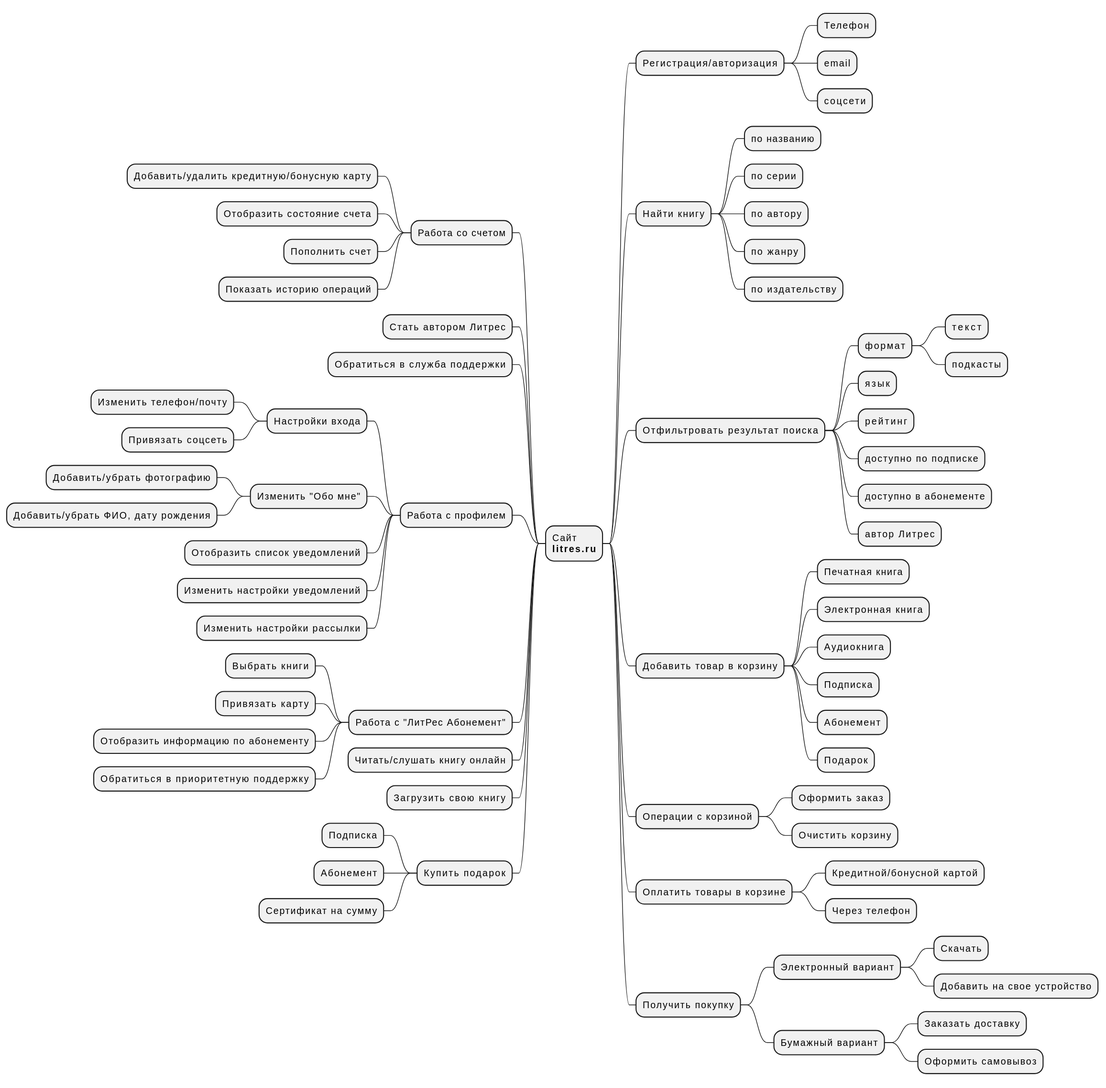
Earlier version of the PlantUML export mindmap.svg (zatochi/qa_2023_class_3_hw_2).
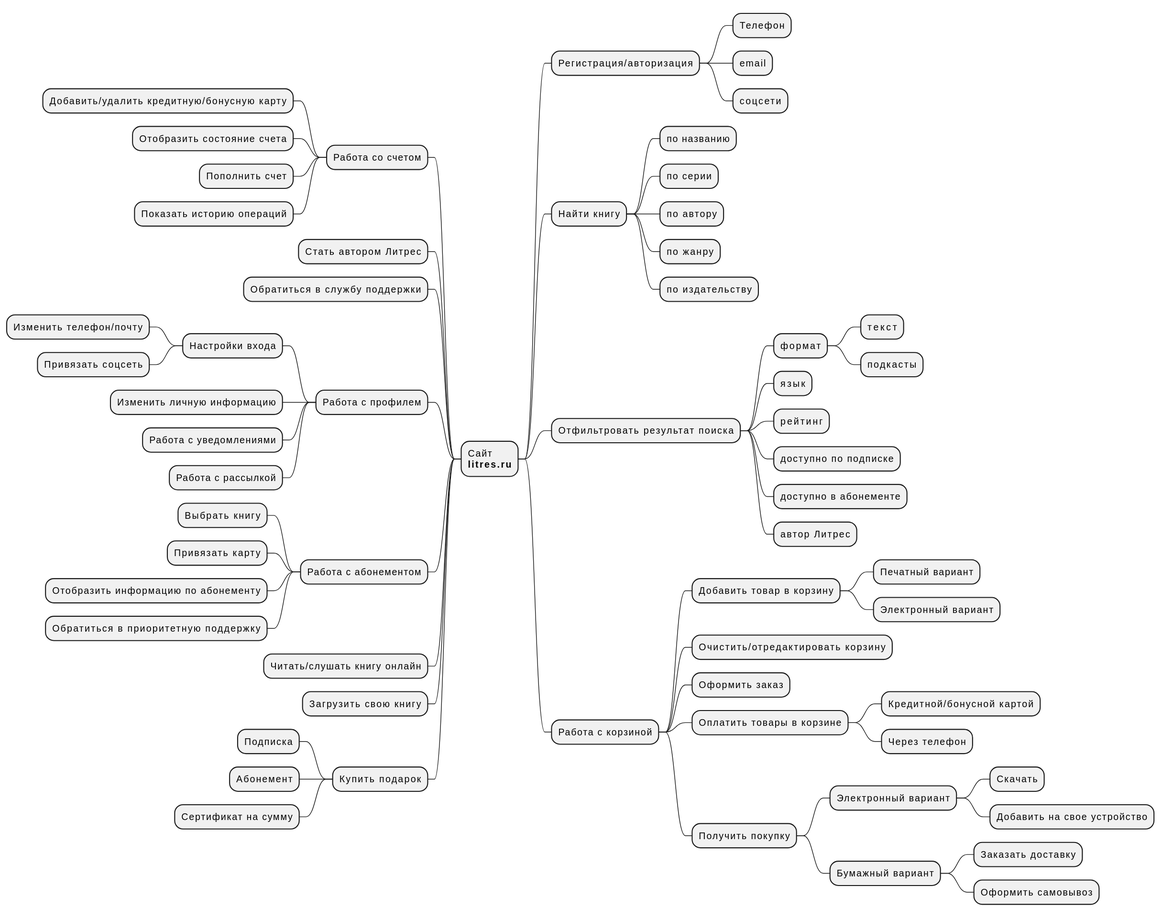
Later version of the same file.

The edit, as a diff of the source:
```diff
@@ -24,29 +24,22 @@
 +++ доступно в абонементе
 +++ автор Литрес
 
-++ Добавить товар в корзину
-+++ Печатная книга
-+++ Электронная книга
-+++ Аудиокнига
-+++ Подписка
-+++ Абонемент
-+++ Подарок
-
-++ Операции с корзиной
+++ Работа с корзиной
++++ Добавить товар в корзину
+++++ Печатный вариант
+++++ Электронный вариант
++++ Очистить/отредактировать корзину
 +++ Оформить заказ
-+++ Очистить корзину
-
-++ Оплатить товары в корзине
-+++ Кредитной/бонусной картой
-+++ Через телефон
-
-++ Получить покупку
-+++ Электронный вариант
-++++ Скачать
-++++ Добавить на свое устройство
-+++ Бумажный вариант
-++++ Заказать доставку
-++++ Оформить самовывоз
++++ Оплатить товары в корзине
+++++ Кредитной/бонусной картой
+++++ Через телефон
++++ Получить покупку
+++++ Электронный вариант
++++++ Скачать
++++++ Добавить на свое устройство
+++++ Бумажный вариант
++++++ Заказать доставку
++++++ Оформить самовывоз
 
 -- Работа со счетом
 --- Добавить/удалить кредитную/бонусную карту
@@ -56,21 +49,18 @@
 
 -- Стать автором Литрес
 
--- Обратиться в служба поддержки
+-- Обратиться в службу поддержки
 
 -- Работа с профилем
 --- Настройки входа
 ---- Изменить телефон/почту
 ---- Привязать соцсеть
---- Изменить "Обо мне"
----- Добавить/убрать фотографию
----- Добавить/убрать ФИО, дату рождения
---- Отобразить список уведомлений
---- Изменить настройки уведомлений
---- Изменить настройки рассылки
+--- Изменить личную информацию
+--- Работа с уведомлениями
+--- Работа с рассылкой
 
--- Работа с "ЛитРес Абонемент"
---- Выбрать книги
+-- Работа с абонементом
+--- Выбрать книгу
 --- Привязать карту
 --- Отобразить информацию по абонементу
 --- Обратиться в приоритетную поддержку
```
